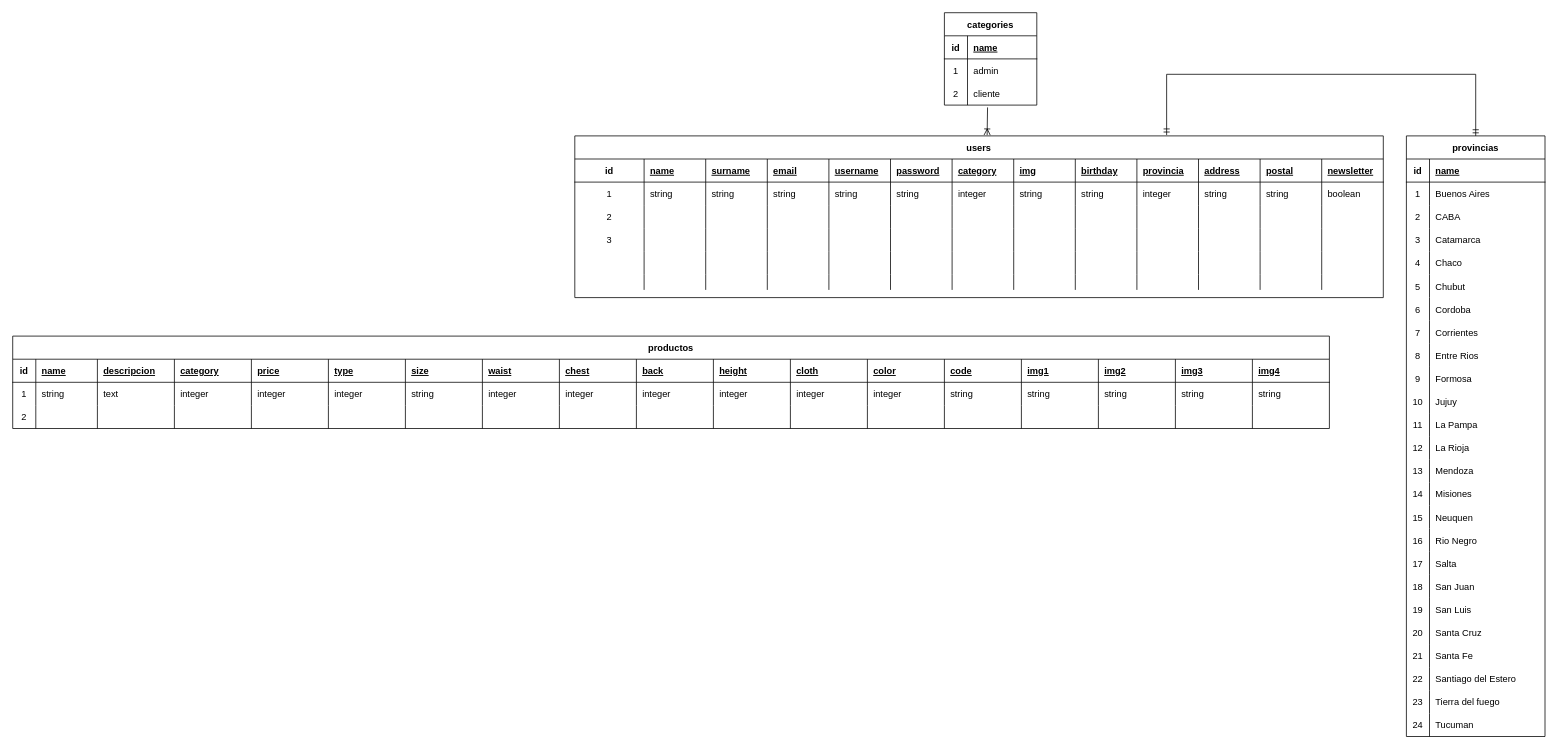
mateocampillo/grupo_5_ropadeportiva keeps this draw.io diagram as Untitled Diagram.drawio. Above is the earlier version. Source tidied: cells renumbered, new cells numbered last; positions are measured from the earlier drawing's top-left corner, leaving out a move shared by most shapes. Both pictures are drawn from the tidied source at 77%, with x=0, y=0 at pixel (12, 12).
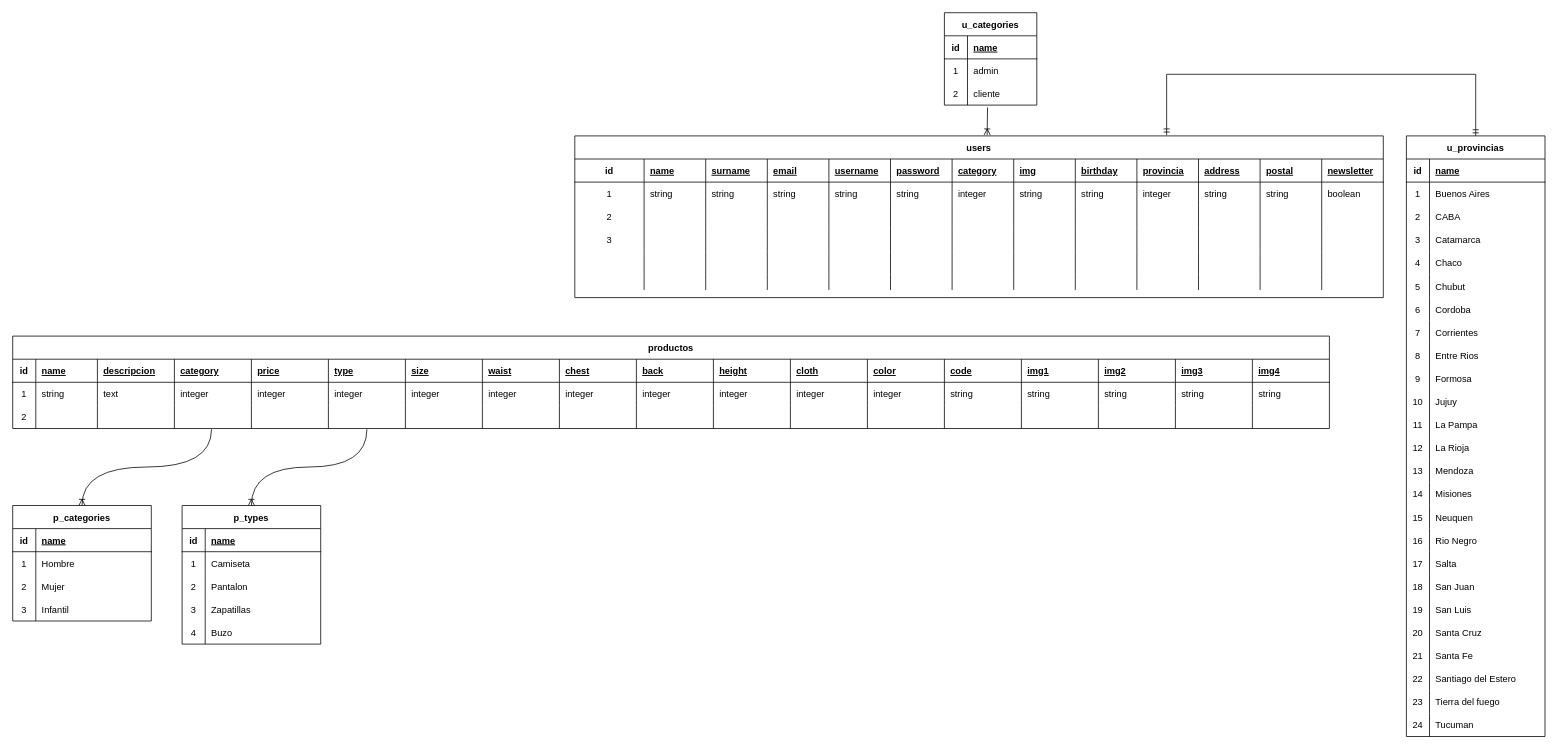
After the change.

Commit message:
tablas p_types y p_categories

The change refers to these unchanged cells:
```xml
<mxCell id="195" style="shape=tableRow;horizontal=0;startSize=0;swimlaneHead=0;swimlaneBody=0;fillColor=none;top=0;left=0;right=0;bottom=0;" parent="175" vertex="1">
  <mxGeometry y="60" width="1710" height="30" as="geometry" />
</mxCell>
<mxCell id="214" style="shape=tableRow;horizontal=0;startSize=0;swimlaneHead=0;swimlaneBody=0;fillColor=none;points=[[0,0.5],[1,0.5]];portConstraint=eastwest;top=0;left=0;right=0;bottom=0;" parent="175" vertex="1">
  <mxGeometry y="90" width="1710" height="30" as="geometry" />
</mxCell>
```

Change to the diagram source:
```diff
@@
-    <mxCell id="87" value="categories" style="shape=table;startSize=30;childLayout=tableLayout;rowLines=0;fontStyle=1;align=center;" parent="1" vertex="1">
+    <mxCell id="87" value="u_categories" style="shape=table;startSize=30;childLayout=tableLayout;rowLines=0;fontStyle=1;align=center;" parent="1" vertex="1">
       <mxGeometry x="1210" width="120" height="120" as="geometry" />
     </mxCell>
@@
-    <mxCell id="98" value="provincias" style="shape=table;startSize=30;childLayout=tableLayout;rowLines=0;fontStyle=1;align=center;" parent="1" vertex="1">
+    <mxCell id="98" value="u_provincias" style="shape=table;startSize=30;childLayout=tableLayout;rowLines=0;fontStyle=1;align=center;" parent="1" vertex="1">
       <mxGeometry x="1810" y="160" width="180" height="780" as="geometry" />
     </mxCell>
@@
-    <mxCell id="202" value="string" style="shape=partialRectangle;fillColor=none;top=0;left=0;bottom=0;right=0;align=left;spacingLeft=6;overflow=hidden;" parent="195" vertex="1">
+    <mxCell id="202" value="integer" style="shape=partialRectangle;fillColor=none;top=0;left=0;bottom=0;right=0;align=left;spacingLeft=6;overflow=hidden;" parent="195" vertex="1">
       <mxGeometry x="510" width="100" height="30" as="geometry" />
     </mxCell>
@@
+    <mxCell id="233" value="p_categories" style="shape=table;startSize=30;childLayout=tableLayout;rowLines=0;fontStyle=1;align=center;" parent="1" vertex="1">
+      <mxGeometry y="640" width="180" height="150" as="geometry" />
+    </mxCell>
+    <mxCell id="234" style="shape=tableRow;horizontal=0;startSize=0;swimlaneHead=0;swimlaneBody=0;fillColor=none;top=0;left=0;right=0;bottom=1;" parent="233" vertex="1">
+      <mxGeometry y="30" width="180" height="30" as="geometry" />
+    </mxCell>
+    <mxCell id="235" value="id" style="shape=partialRectangle;fillColor=none;top=0;left=0;bottom=0;right=0;fontStyle=1;overflow=hidden;" parent="234" vertex="1">
+      <mxGeometry width="30" height="30" as="geometry" />
+    </mxCell>
+    <mxCell id="236" value="name" style="shape=partialRectangle;fillColor=none;top=0;left=0;bottom=0;right=0;align=left;spacingLeft=6;fontStyle=5;overflow=hidden;" parent="234" vertex="1">
+      <mxGeometry x="30" width="150" height="30" as="geometry" />
+    </mxCell>
+    <mxCell id="237" style="shape=tableRow;horizontal=0;startSize=0;swimlaneHead=0;swimlaneBody=0;fillColor=none;top=0;left=0;right=0;bottom=0;" parent="233" vertex="1">
+      <mxGeometry y="60" width="180" height="30" as="geometry" />
+    </mxCell>
+    <mxCell id="238" value="1" style="shape=partialRectangle;fillColor=none;top=0;left=0;bottom=0;right=0;overflow=hidden;" parent="237" vertex="1">
+      <mxGeometry width="30" height="30" as="geometry" />
+    </mxCell>
+    <mxCell id="239" value="Hombre" style="shape=partialRectangle;fillColor=none;top=0;left=0;bottom=0;right=0;align=left;spacingLeft=6;overflow=hidden;" parent="237" vertex="1">
+      <mxGeometry x="30" width="150" height="30" as="geometry" />
+    </mxCell>
+    <mxCell id="240" style="shape=tableRow;horizontal=0;startSize=0;swimlaneHead=0;swimlaneBody=0;fillColor=none;top=0;left=0;right=0;bottom=0;" parent="233" vertex="1">
+      <mxGeometry y="90" width="180" height="30" as="geometry" />
+    </mxCell>
+    <mxCell id="241" value="2" style="shape=partialRectangle;fillColor=none;top=0;left=0;bottom=0;right=0;overflow=hidden;" parent="240" vertex="1">
+      <mxGeometry width="30" height="30" as="geometry" />
+    </mxCell>
+    <mxCell id="242" value="Mujer" style="shape=partialRectangle;fillColor=none;top=0;left=0;bottom=0;right=0;align=left;spacingLeft=6;overflow=hidden;" parent="240" vertex="1">
+      <mxGeometry x="30" width="150" height="30" as="geometry" />
+    </mxCell>
+    <mxCell id="243" style="shape=tableRow;horizontal=0;startSize=0;swimlaneHead=0;swimlaneBody=0;fillColor=none;top=0;left=0;right=0;bottom=0;" parent="233" vertex="1">
+      <mxGeometry y="120" width="180" height="30" as="geometry" />
+    </mxCell>
+    <mxCell id="244" value="3" style="shape=partialRectangle;fillColor=none;top=0;left=0;bottom=0;right=0;overflow=hidden;" parent="243" vertex="1">
+      <mxGeometry width="30" height="30" as="geometry" />
+    </mxCell>
+    <mxCell id="245" value="Infantil" style="shape=partialRectangle;fillColor=none;top=0;left=0;bottom=0;right=0;align=left;spacingLeft=6;overflow=hidden;" parent="243" vertex="1">
+      <mxGeometry x="30" width="150" height="30" as="geometry" />
+    </mxCell>
+    <mxCell id="246" value="p_types" style="shape=table;startSize=30;childLayout=tableLayout;rowLines=0;fontStyle=1;align=center;" parent="1" vertex="1">
+      <mxGeometry x="220" y="640" width="180" height="180" as="geometry" />
+    </mxCell>
+    <mxCell id="247" style="shape=tableRow;horizontal=0;startSize=0;swimlaneHead=0;swimlaneBody=0;fillColor=none;top=0;left=0;right=0;bottom=1;" parent="246" vertex="1">
+      <mxGeometry y="30" width="180" height="30" as="geometry" />
+    </mxCell>
+    <mxCell id="248" value="id" style="shape=partialRectangle;fillColor=none;top=0;left=0;bottom=0;right=0;fontStyle=1;overflow=hidden;" parent="247" vertex="1">
+      <mxGeometry width="30" height="30" as="geometry" />
+    </mxCell>
+    <mxCell id="249" value="name" style="shape=partialRectangle;fillColor=none;top=0;left=0;bottom=0;right=0;align=left;spacingLeft=6;fontStyle=5;overflow=hidden;" parent="247" vertex="1">
+      <mxGeometry x="30" width="150" height="30" as="geometry" />
+    </mxCell>
+    <mxCell id="250" style="shape=tableRow;horizontal=0;startSize=0;swimlaneHead=0;swimlaneBody=0;fillColor=none;top=0;left=0;right=0;bottom=0;" parent="246" vertex="1">
+      <mxGeometry y="60" width="180" height="30" as="geometry" />
+    </mxCell>
+    <mxCell id="251" value="1" style="shape=partialRectangle;fillColor=none;top=0;left=0;bottom=0;right=0;overflow=hidden;" parent="250" vertex="1">
+      <mxGeometry width="30" height="30" as="geometry" />
+    </mxCell>
+    <mxCell id="252" value="Camiseta" style="shape=partialRectangle;fillColor=none;top=0;left=0;bottom=0;right=0;align=left;spacingLeft=6;overflow=hidden;" parent="250" vertex="1">
+      <mxGeometry x="30" width="150" height="30" as="geometry" />
+    </mxCell>
+    <mxCell id="253" style="shape=tableRow;horizontal=0;startSize=0;swimlaneHead=0;swimlaneBody=0;fillColor=none;top=0;left=0;right=0;bottom=0;" parent="246" vertex="1">
+      <mxGeometry y="90" width="180" height="30" as="geometry" />
+    </mxCell>
+    <mxCell id="254" value="2" style="shape=partialRectangle;fillColor=none;top=0;left=0;bottom=0;right=0;overflow=hidden;" parent="253" vertex="1">
+      <mxGeometry width="30" height="30" as="geometry" />
+    </mxCell>
+    <mxCell id="255" value="Pantalon" style="shape=partialRectangle;fillColor=none;top=0;left=0;bottom=0;right=0;align=left;spacingLeft=6;overflow=hidden;" parent="253" vertex="1">
+      <mxGeometry x="30" width="150" height="30" as="geometry" />
+    </mxCell>
+    <mxCell id="256" style="shape=tableRow;horizontal=0;startSize=0;swimlaneHead=0;swimlaneBody=0;fillColor=none;top=0;left=0;right=0;bottom=0;" parent="246" vertex="1">
+      <mxGeometry y="120" width="180" height="30" as="geometry" />
+    </mxCell>
+    <mxCell id="257" value="3" style="shape=partialRectangle;fillColor=none;top=0;left=0;bottom=0;right=0;overflow=hidden;" parent="256" vertex="1">
+      <mxGeometry width="30" height="30" as="geometry" />
+    </mxCell>
+    <mxCell id="258" value="Zapatillas" style="shape=partialRectangle;fillColor=none;top=0;left=0;bottom=0;right=0;align=left;spacingLeft=6;overflow=hidden;" parent="256" vertex="1">
+      <mxGeometry x="30" width="150" height="30" as="geometry" />
+    </mxCell>
+    <mxCell id="259" style="shape=tableRow;horizontal=0;startSize=0;swimlaneHead=0;swimlaneBody=0;fillColor=none;top=0;left=0;right=0;bottom=0;" parent="246" vertex="1">
+      <mxGeometry y="150" width="180" height="30" as="geometry" />
+    </mxCell>
+    <mxCell id="260" value="4" style="shape=partialRectangle;fillColor=none;top=0;left=0;bottom=0;right=0;overflow=hidden;" parent="259" vertex="1">
+      <mxGeometry width="30" height="30" as="geometry" />
+    </mxCell>
+    <mxCell id="261" value="Buzo" style="shape=partialRectangle;fillColor=none;top=0;left=0;bottom=0;right=0;align=left;spacingLeft=6;overflow=hidden;" parent="259" vertex="1">
+      <mxGeometry x="30" width="150" height="30" as="geometry" />
+    </mxCell>
+    <mxCell id="262" style="edgeStyle=orthogonalEdgeStyle;fontSize=12;html=1;endArrow=ERoneToMany;rounded=0;exitX=0.151;exitY=1.033;exitDx=0;exitDy=0;exitPerimeter=0;entryX=0.5;entryY=0;entryDx=0;entryDy=0;curved=1;" parent="1" edge="1" source="214" target="233">
+      <mxGeometry relative="1" as="geometry" />
+    </mxCell>
+    <mxCell id="263" style="edgeStyle=orthogonalEdgeStyle;fontSize=12;html=1;endArrow=ERoneToMany;rounded=0;entryX=0.5;entryY=0;entryDx=0;entryDy=0;curved=1;" parent="1" edge="1">
+      <mxGeometry relative="1" as="geometry">
+        <mxPoint x="460" y="541" as="sourcePoint" />
+        <mxPoint x="310" y="640" as="targetPoint" />
+        <Array as="points">
+          <mxPoint x="460" y="590" />
+          <mxPoint x="310" y="590" />
+        </Array>
+      </mxGeometry>
+    </mxCell>
```
